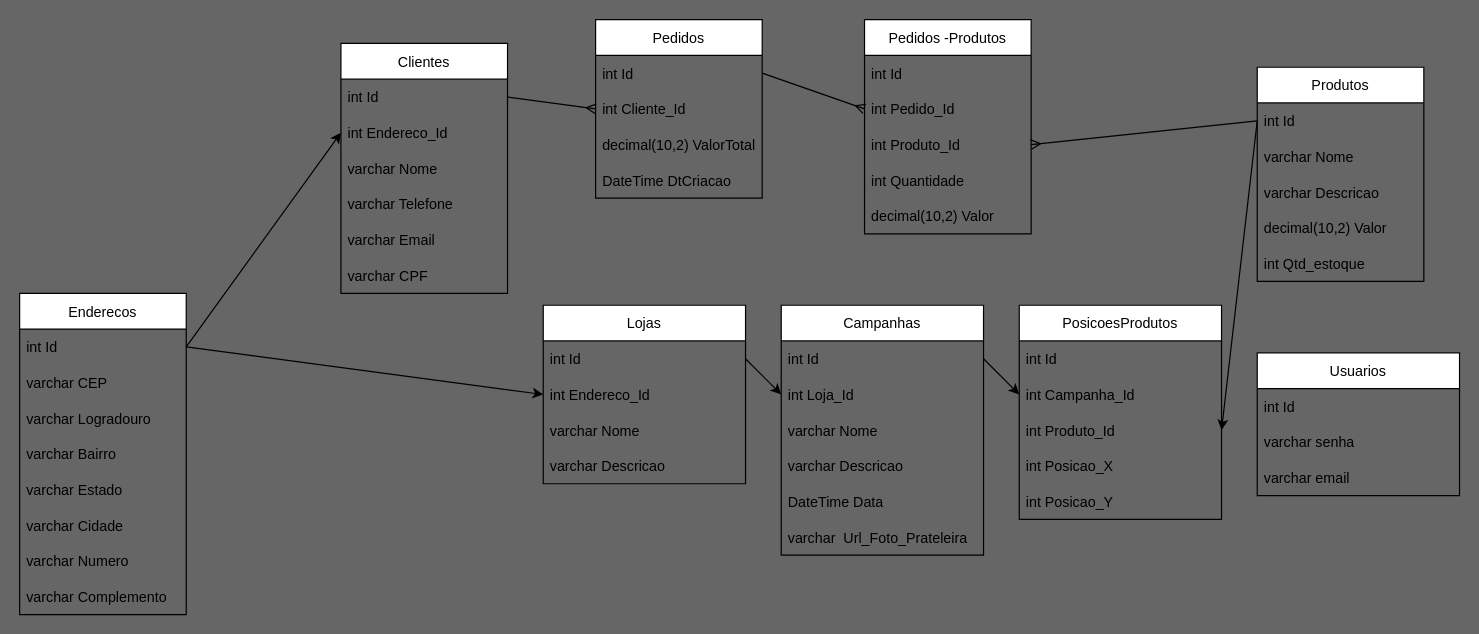
The draw.io diagram draw.drawio in Luanftg/codigo-do-futuro-api-dotnet, before the edit. Source tidied: cells renumbered, new cells numbered last; positions are measured from the earlier drawing's top-left corner, leaving out a move shared by most shapes. Both pictures are drawn from the tidied source at 119%, with x=0, y=0 at pixel (19, 19).
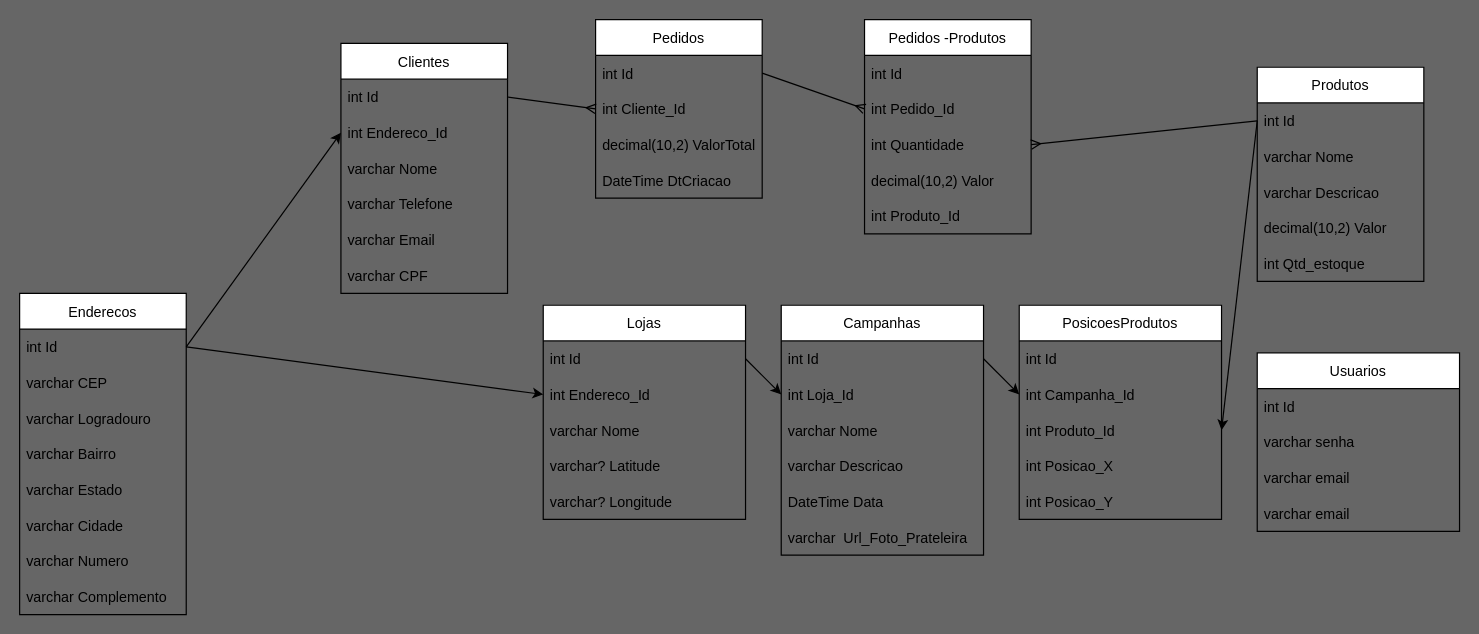
Above is the later version.

The change refers to these unchanged cells:
```xml
<mxCell id="10" value="int Id" style="text;strokeColor=none;fillColor=none;align=left;verticalAlign=middle;spacingLeft=4;spacingRight=4;overflow=hidden;points=[[0,0.5],[1,0.5]];portConstraint=eastwest;" parent="9" vertex="1">
  <mxGeometry y="30" width="140" height="30" as="geometry" />
</mxCell>
<mxCell id="20" value="Pedidos -Produtos" style="swimlane;fontStyle=0;horizontal=1;startSize=30;" parent="1" vertex="1">
  <mxGeometry x="710" width="140" height="180" as="geometry" />
</mxCell>
```

Diff of the diagram source:
```diff
@@
-    <mxCell id="23" value="int Produto_Id" style="text;strokeColor=none;fillColor=none;align=left;verticalAlign=middle;spacingLeft=4;spacingRight=4;overflow=hidden;points=[[0,0.5],[1,0.5]];portConstraint=eastwest;" parent="20" vertex="1">
-      <mxGeometry y="90" width="140" height="30" as="geometry" />
-    </mxCell>
     <mxCell id="24" value="int Quantidade" style="text;strokeColor=none;fillColor=none;align=left;verticalAlign=middle;spacingLeft=4;spacingRight=4;overflow=hidden;" parent="20" vertex="1">
-      <mxGeometry y="120" width="140" height="30" as="geometry" />
+      <mxGeometry y="90" width="140" height="30" as="geometry" />
     </mxCell>
     <mxCell id="25" value="decimal(10,2) Valor" style="text;strokeColor=none;fillColor=none;align=left;verticalAlign=middle;spacingLeft=4;spacingRight=4;overflow=hidden;" parent="20" vertex="1">
-      <mxGeometry y="150" width="140" height="30" as="geometry" />
+      <mxGeometry y="120" width="140" height="30" as="geometry" />
     </mxCell>
+    <mxCell id="23" value="int Produto_Id" style="text;strokeColor=none;fillColor=none;align=left;verticalAlign=middle;spacingLeft=4;spacingRight=4;overflow=hidden;points=[[0,0.5],[1,0.5]];portConstraint=eastwest;" parent="20" vertex="1">
+      <mxGeometry y="150" width="140" height="30" as="geometry" />
+    </mxCell>
@@
-    <mxCell id="28" style="edgeStyle=none;html=1;exitX=1;exitY=0.5;exitDx=0;exitDy=0;entryX=0;entryY=0.5;entryDx=0;entryDy=0;endArrow=none;endFill=0;startArrow=ERmany;startFill=0;" parent="1" edge="1" source="23" target="10">
-      <mxGeometry relative="1" as="geometry" />
+    <mxCell id="28" style="edgeStyle=none;html=1;exitX=1;exitY=0.5;exitDx=0;exitDy=0;entryX=0;entryY=0.5;entryDx=0;entryDy=0;endArrow=none;endFill=0;startArrow=ERmany;startFill=0;" parent="1" edge="1" target="10">
+      <mxGeometry relative="1" as="geometry">
+        <mxPoint x="850" y="105" as="sourcePoint" />
+      </mxGeometry>
     </mxCell>
     <mxCell id="29" value="Lojas" style="swimlane;fontStyle=0;horizontal=1;startSize=30;" parent="1" vertex="1">
-      <mxGeometry x="440" y="240" width="170" height="150" as="geometry" />
+      <mxGeometry x="440" y="240" width="170" height="180" as="geometry" />
     </mxCell>
@@
-    <mxCell id="33" value="varchar Descricao" style="text;strokeColor=none;fillColor=none;align=left;verticalAlign=middle;spacingLeft=4;spacingRight=4;overflow=hidden;" parent="29" vertex="1">
-      <mxGeometry y="120" width="170" height="30" as="geometry" />
-    </mxCell>
+    <mxCell id="65" value="varchar? Latitude" style="text;strokeColor=none;fillColor=none;align=left;verticalAlign=middle;spacingLeft=4;spacingRight=4;overflow=hidden;" parent="29" vertex="1">
+      <mxGeometry y="120" width="170" height="30" as="geometry" />
+    </mxCell>
+    <mxCell id="66" value="varchar? Longitude" style="text;strokeColor=none;fillColor=none;align=left;verticalAlign=middle;spacingLeft=4;spacingRight=4;overflow=hidden;" parent="29" vertex="1">
+      <mxGeometry y="150" width="170" height="30" as="geometry" />
+    </mxCell>
@@
     <mxCell id="50" value="Usuarios" style="swimlane;fontStyle=0;horizontal=1;startSize=30;" parent="1" vertex="1">
-      <mxGeometry x="1040" y="280" width="170" height="120" as="geometry" />
+      <mxGeometry x="1040" y="280" width="170" height="150" as="geometry" />
     </mxCell>
@@
+    <mxCell id="67" value="varchar email" style="text;strokeColor=none;fillColor=none;align=left;verticalAlign=middle;spacingLeft=4;spacingRight=4;overflow=hidden;" parent="50" vertex="1">
+      <mxGeometry y="120" width="170" height="30" as="geometry" />
+    </mxCell>
```
